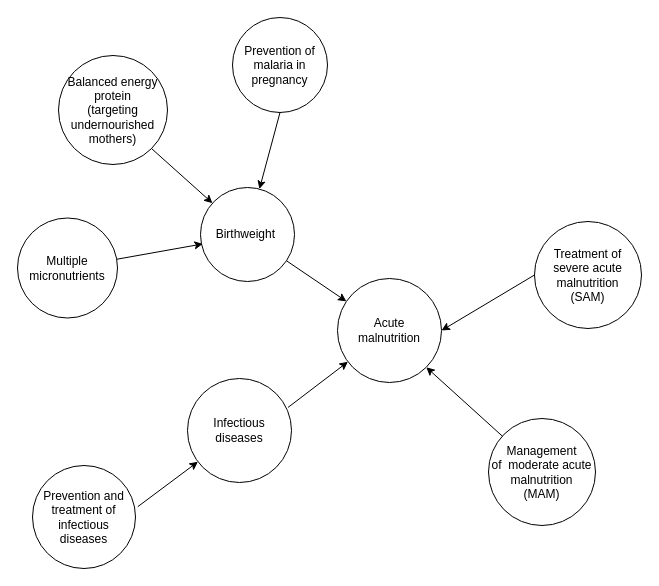
Above: page "Page-1" (1 of 2) of docs/source/concept_models/vivarium_ciff_sam/DAG_acute_malnutrition.drawio in ihmeuw/vivarium_research (draw.io), before the change. Source tidied: cells renumbered, new cells numbered last; positions are measured from the earlier drawing's top-left corner, leaving out a move shared by most shapes. Both pictures are drawn from the tidied source at 100%, with x=0, y=0 at pixel (17, 17).
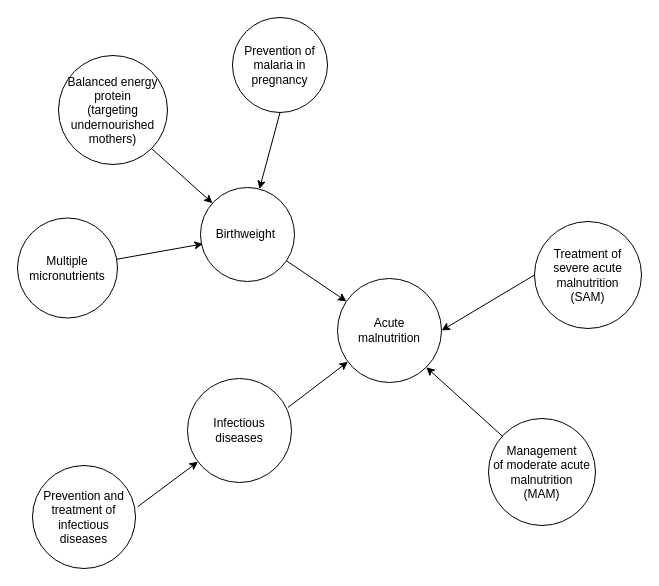
Above is the later version.

Change to the diagram source:
```diff
@@
 <mxGraphModel>
   <root>
     <mxCell id="0" />
     <mxCell id="1" parent="0" />
     <mxCell id="2" value="Acute &lt;br style=&quot;font-size: 12px;&quot;&gt;malnutrition" style="ellipse;whiteSpace=wrap;html=1;fontSize=12;" parent="1" vertex="1">
       <mxGeometry x="320" y="261" width="104" height="104" as="geometry" />
     </mxCell>
     <mxCell id="3" value="Infectious diseases" style="ellipse;whiteSpace=wrap;html=1;fontSize=12;" parent="1" vertex="1">
       <mxGeometry x="170" y="361" width="104" height="104" as="geometry" />
     </mxCell>
     <mxCell id="4" value="Prevention and treatment of infectious diseases" style="ellipse;whiteSpace=wrap;html=1;fontSize=12;" parent="1" vertex="1">
       <mxGeometry x="15" y="448" width="103" height="103" as="geometry" />
     </mxCell>
-    <mxCell id="5" value="Management &lt;br style=&quot;font-size: 12px&quot;&gt;of&amp;nbsp; moderate acute malnutrition&lt;br&gt;(MAM)" style="ellipse;whiteSpace=wrap;html=1;fontSize=12;" parent="1" vertex="1">
+    <mxCell id="5" value="Management &lt;br style=&quot;font-size: 12px&quot;&gt;of moderate acute malnutrition&lt;br&gt;(MAM)" style="ellipse;whiteSpace=wrap;html=1;fontSize=12;" parent="1" vertex="1">
       <mxGeometry x="471" y="401" width="107" height="107" as="geometry" />
     </mxCell>
     <mxCell id="6" value="Birthweight&amp;nbsp;" style="ellipse;whiteSpace=wrap;html=1;fontSize=12;" parent="1" vertex="1">
       <mxGeometry x="183" y="170" width="94" height="94" as="geometry" />
     </mxCell>
     <mxCell id="7" value="&lt;font style=&quot;font-size: 12px;&quot;&gt;Balanced energy protein &lt;br style=&quot;font-size: 12px;&quot;&gt;(targeting undernourished mothers)&lt;/font&gt;" style="ellipse;whiteSpace=wrap;html=1;fontSize=12;" parent="1" vertex="1">
       <mxGeometry x="41" y="38" width="109" height="109" as="geometry" />
     </mxCell>
     <mxCell id="8" value="Multiple micronutrients" style="ellipse;whiteSpace=wrap;html=1;fontSize=12;" parent="1" vertex="1">
       <mxGeometry y="200.5" width="100" height="100" as="geometry" />
     </mxCell>
     <mxCell id="9" style="endArrow=classic;html=1;entryX=1;entryY=1;entryDx=0;entryDy=0;fontSize=12;" parent="1" edge="1" source="5" target="2">
       <mxGeometry relative="1" as="geometry" />
     </mxCell>
     <mxCell id="10" style="endArrow=classic;html=1;exitX=0.967;exitY=0.278;exitDx=0;exitDy=0;exitPerimeter=0;fontSize=12;" parent="1" edge="1" source="3" target="2">
       <mxGeometry relative="1" as="geometry" />
     </mxCell>
     <mxCell id="11" style="endArrow=classic;html=1;exitX=1.022;exitY=0.4;exitDx=0;exitDy=0;exitPerimeter=0;fontSize=12;" parent="1" edge="1" source="4" target="3">
       <mxGeometry relative="1" as="geometry" />
     </mxCell>
     <mxCell id="12" style="endArrow=classic;html=1;fontSize=12;" parent="1" edge="1" source="6" target="2">
       <mxGeometry relative="1" as="geometry" />
     </mxCell>
     <mxCell id="13" style="endArrow=classic;html=1;exitX=1;exitY=1;exitDx=0;exitDy=0;fontSize=12;" parent="1" edge="1" source="7" target="6">
       <mxGeometry relative="1" as="geometry" />
     </mxCell>
     <mxCell id="14" style="endArrow=classic;html=1;entryX=0.025;entryY=0.6;entryDx=0;entryDy=0;entryPerimeter=0;fontSize=12;" parent="1" edge="1" source="8" target="6">
       <mxGeometry relative="1" as="geometry" />
     </mxCell>
     <mxCell id="15" value="&lt;span style=&quot;font-size: 12px;&quot;&gt;Prevention of malaria in pregnancy&lt;/span&gt;" style="ellipse;whiteSpace=wrap;html=1;fontSize=12;" parent="1" vertex="1">
       <mxGeometry x="215" width="95" height="95" as="geometry" />
     </mxCell>
     <mxCell id="16" style="endArrow=classic;html=1;exitX=0.5;exitY=1;exitDx=0;exitDy=0;fontSize=12;" parent="1" edge="1" source="15" target="6">
       <mxGeometry relative="1" as="geometry" />
     </mxCell>
     <mxCell id="17" value="Treatment of severe acute malnutrition&lt;br&gt;(SAM)" style="ellipse;whiteSpace=wrap;html=1;fontSize=12;" parent="1" vertex="1">
       <mxGeometry x="517" y="204" width="107" height="107" as="geometry" />
     </mxCell>
     <mxCell id="18" style="endArrow=classic;html=1;entryX=1;entryY=0.5;entryDx=0;entryDy=0;fontSize=12;exitX=0;exitY=0.5;exitDx=0;exitDy=0;" parent="1" edge="1" source="17" target="2">
       <mxGeometry relative="1" as="geometry" />
     </mxCell>
   </root>
 </mxGraphModel>
```
